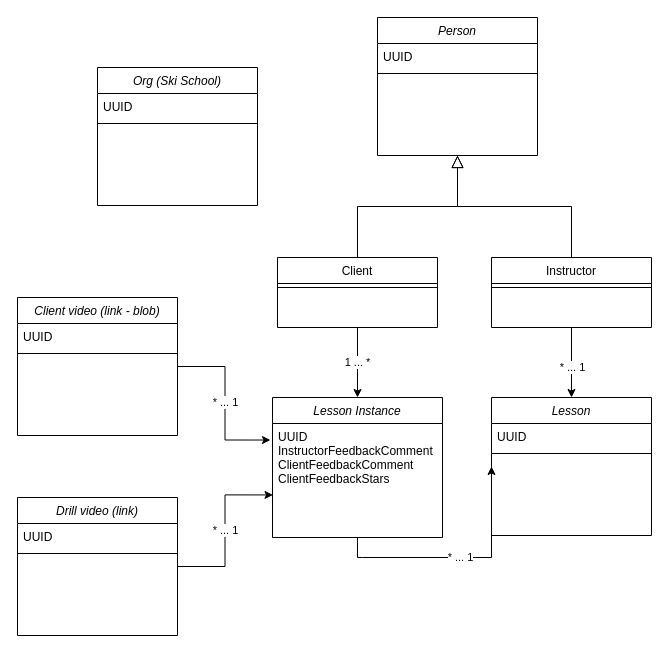
Earlier version of the draw.io diagram ER-diagram.drawio (instructr-aps/.github). Source tidied: cells renumbered, new cells numbered last; positions are measured from the earlier drawing's top-left corner, leaving out a move shared by most shapes. Both pictures are drawn from the tidied source at 100%, with x=0, y=0 at pixel (17, 17).
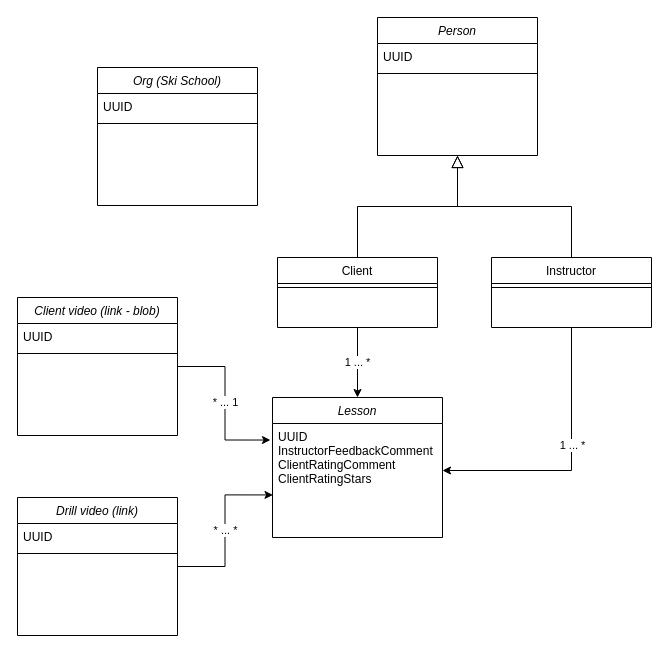
Above is the later version.

Unchanged cells that the change refers to:
```xml
<mxCell id="11" value="Instructor" style="swimlane;fontStyle=0;align=center;verticalAlign=top;horizontal=1;startSize=26;rounded=0;shadow=0;strokeWidth=1;" parent="1" vertex="1">
  <mxGeometry x="474" y="240" width="160" height="70" as="geometry" />
</mxCell>
<mxCell id="28" value="Drill video (link)" style="swimlane;fontStyle=2;align=center;verticalAlign=top;horizontal=1;startSize=26;rounded=0;shadow=0;strokeWidth=1;" parent="1" vertex="1">
  <mxGeometry y="480" width="160" height="138" as="geometry" />
</mxCell>
```

The edit, as a diff of the source:
```diff
@@
-    <mxCell id="9" style="edgeStyle=orthogonalEdgeStyle;rounded=0;jettySize=auto;html=1;exitX=0.5;exitY=1;exitDx=0;exitDy=0;entryX=0.5;entryY=0;entryDx=0;entryDy=0;" parent="1" edge="1" source="11" target="17">
+    <mxCell id="9" style="edgeStyle=orthogonalEdgeStyle;rounded=0;jettySize=auto;html=1;exitX=0.5;exitY=1;exitDx=0;exitDy=0;entryX=1;entryY=0.5;entryDx=0;entryDy=0;" parent="1" edge="1" source="11" target="22">
       <mxGeometry relative="1" as="geometry" />
     </mxCell>
-    <mxCell id="10" value="* ... 1" style="edgeLabel;html=1;align=center;verticalAlign=middle;" parent="9" vertex="1">
+    <mxCell id="10" value="1 ... *" style="edgeLabel;html=1;align=center;verticalAlign=middle;" parent="9" vertex="1">
       <mxGeometry x="-0.23" relative="1" as="geometry">
         <mxPoint y="12" as="offset" />
       </mxGeometry>
     </mxCell>
@@
-    <mxCell id="17" value="Lesson" style="swimlane;fontStyle=2;align=center;verticalAlign=top;horizontal=1;startSize=26;rounded=0;shadow=0;strokeWidth=1;" parent="1" vertex="1">
-      <mxGeometry x="474" y="380" width="160" height="138" as="geometry" />
-    </mxCell>
-    <mxCell id="18" value="UUID" style="text;align=left;verticalAlign=top;spacingLeft=4;spacingRight=4;overflow=hidden;" parent="17" vertex="1">
-      <mxGeometry y="26" width="160" height="26" as="geometry" />
-    </mxCell>
-    <mxCell id="19" style="line;html=1;strokeWidth=1;align=left;verticalAlign=middle;spacingTop=-1;spacingLeft=3;spacingRight=3;labelPosition=right;" parent="17" vertex="1">
-      <mxGeometry y="52" width="160" height="8" as="geometry" />
-    </mxCell>
-    <mxCell id="20" value="* ... 1" style="edgeStyle=orthogonalEdgeStyle;rounded=0;jettySize=auto;html=1;exitX=0.5;exitY=1;exitDx=0;exitDy=0;entryX=0;entryY=0.5;entryDx=0;entryDy=0;" parent="1" edge="1" source="21" target="17">
-      <mxGeometry relative="1" as="geometry">
-        <Array as="points">
-          <mxPoint x="345" y="540" />
-          <mxPoint x="554" y="540" />
-        </Array>
-      </mxGeometry>
-    </mxCell>
-    <mxCell id="21" value="Lesson Instance" style="swimlane;fontStyle=2;align=center;verticalAlign=top;horizontal=1;startSize=26;rounded=0;shadow=0;strokeWidth=1;" parent="1" vertex="1">
+    <mxCell id="21" value="Lesson" style="swimlane;fontStyle=2;align=center;verticalAlign=top;horizontal=1;startSize=26;rounded=0;shadow=0;strokeWidth=1;" parent="1" vertex="1">
       <mxGeometry x="255" y="380" width="170" height="140" as="geometry" />
     </mxCell>
-    <mxCell id="22" value="UUID&#10;InstructorFeedbackComment&#10;ClientFeedbackComment&#10;ClientFeedbackStars" style="text;align=left;verticalAlign=top;spacingLeft=4;spacingRight=4;overflow=hidden;points=[[0,0.5],[1,0.5]];portConstraint=eastwest;" parent="21" vertex="1">
+    <mxCell id="22" value="UUID&#10;InstructorFeedbackComment&#10;ClientRatingComment&#10;ClientRatingStars" style="text;align=left;verticalAlign=top;spacingLeft=4;spacingRight=4;overflow=hidden;points=[[0,0.5],[1,0.5]];portConstraint=eastwest;" parent="21" vertex="1">
       <mxGeometry y="26" width="170" height="94" as="geometry" />
     </mxCell>
@@
-    <mxCell id="27" value="* ... 1" style="edgeStyle=orthogonalEdgeStyle;rounded=0;jettySize=auto;html=1;exitX=1;exitY=0.5;exitDx=0;exitDy=0;entryX=0.003;entryY=0.76;entryDx=0;entryDy=0;entryPerimeter=0;" parent="1" edge="1" source="28" target="22">
+    <mxCell id="27" value="* ... *" style="edgeStyle=orthogonalEdgeStyle;rounded=0;jettySize=auto;html=1;exitX=1;exitY=0.5;exitDx=0;exitDy=0;entryX=0.003;entryY=0.76;entryDx=0;entryDy=0;entryPerimeter=0;" parent="1" edge="1" source="28" target="22">
       <mxGeometry relative="1" as="geometry" />
     </mxCell>
```
